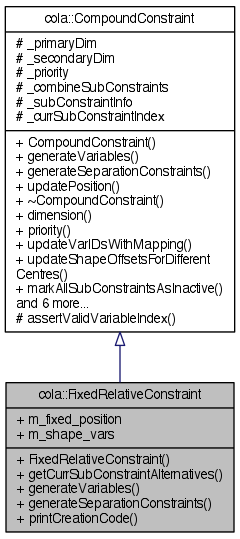
Above: documentation/classcola_1_1FixedRelativeConstraint__coll__graph.png in mjwybrow/adaptagrams (Graphviz), before the change. Its source is kept beside it as documentation/classcola_1_1FixedRelativeConstraint__coll__graph.dot.
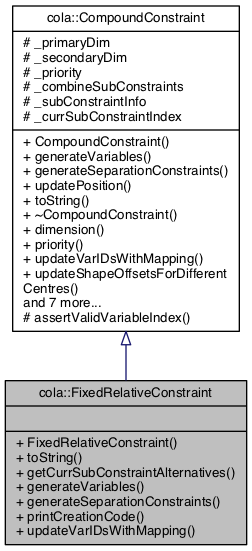
After the change.

The edit, as a diff of the source:
```diff
@@ -2,7 +2,7 @@
 {
   edge [fontname="Helvetica",fontsize="10",labelfontname="Helvetica",labelfontsize="10"];
   node [fontname="Helvetica",fontsize="10",shape=record];
-  Node1 [label="{cola::FixedRelativeConstraint\n|+ m_fixed_position\l+ m_shape_vars\l|+ FixedRelativeConstraint()\l+ getCurrSubConstraintAlternatives()\l+ generateVariables()\l+ generateSeparationConstraints()\l+ printCreationCode()\l}",height=0.2,width=0.4,color="black", fillcolor="grey75", style="filled" fontcolor="black"];
+  Node1 [label="{cola::FixedRelativeConstraint\n||+ FixedRelativeConstraint()\l+ toString()\l+ getCurrSubConstraintAlternatives()\l+ generateVariables()\l+ generateSeparationConstraints()\l+ printCreationCode()\l+ updateVarIDsWithMapping()\l}",height=0.2,width=0.4,color="black", fillcolor="grey75", style="filled", fontcolor="black"];
   Node2 -> Node1 [dir="back",color="midnightblue",fontsize="10",style="solid",arrowtail="onormal",fontname="Helvetica"];
-  Node2 [label="{cola::CompoundConstraint\n|# _primaryDim\l# _secondaryDim\l# _priority\l# _combineSubConstraints\l# _subConstraintInfo\l# _currSubConstraintIndex\l|+ CompoundConstraint()\l+ generateVariables()\l+ generateSeparationConstraints()\l+ updatePosition()\l+ ~CompoundConstraint()\l+ dimension()\l+ priority()\l+ updateVarIDsWithMapping()\l+ updateShapeOffsetsForDifferent\lCentres()\l+ markAllSubConstraintsAsInactive()\land 6 more...\l# assertValidVariableIndex()\l}",height=0.2,width=0.4,color="black", fillcolor="white", style="filled",URL="$classcola_1_1CompoundConstraint.html",tooltip="An abstract base class for all high-level compound constraints."];
+  Node2 [label="{cola::CompoundConstraint\n|# _primaryDim\l# _secondaryDim\l# _priority\l# _combineSubConstraints\l# _subConstraintInfo\l# _currSubConstraintIndex\l|+ CompoundConstraint()\l+ generateVariables()\l+ generateSeparationConstraints()\l+ updatePosition()\l+ toString()\l+ ~CompoundConstraint()\l+ dimension()\l+ priority()\l+ updateVarIDsWithMapping()\l+ updateShapeOffsetsForDifferent\lCentres()\land 7 more...\l# assertValidVariableIndex()\l}",height=0.2,width=0.4,color="black", fillcolor="white", style="filled",URL="$classcola_1_1CompoundConstraint.html",tooltip="An abstract base class for all high-level compound constraints. "];
 }
```
